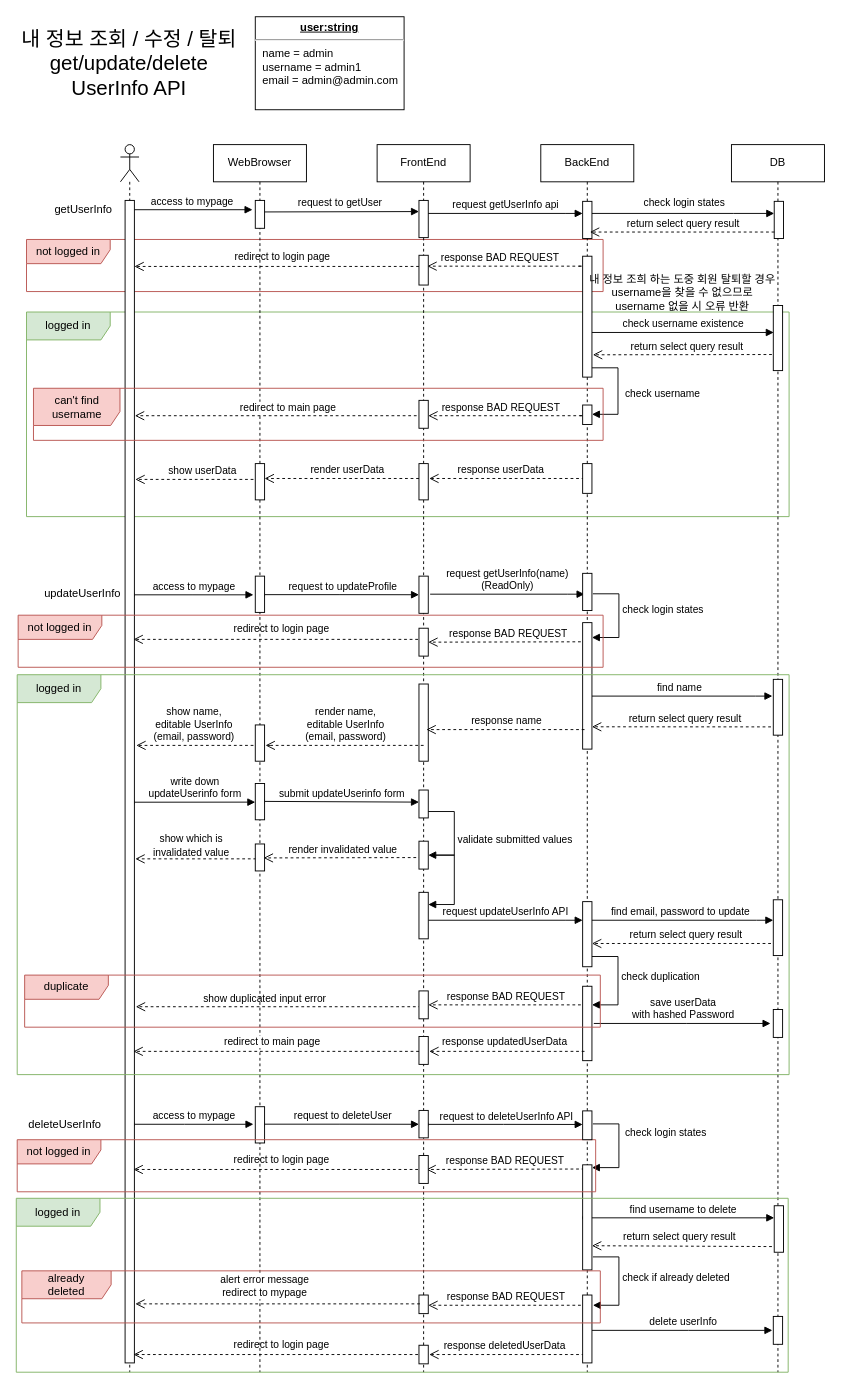
heesankim/StarRoad_Project_Backend keeps this draw.io diagram as diagrams/UserInfo.drawio. Above is the earlier version. Source tidied: cells renumbered, new cells numbered last; positions are measured from the earlier drawing's top-left corner, leaving out a move shared by most shapes. Both pictures are drawn from the tidied source at 93%, with x=0, y=0 at pixel (16, 16).
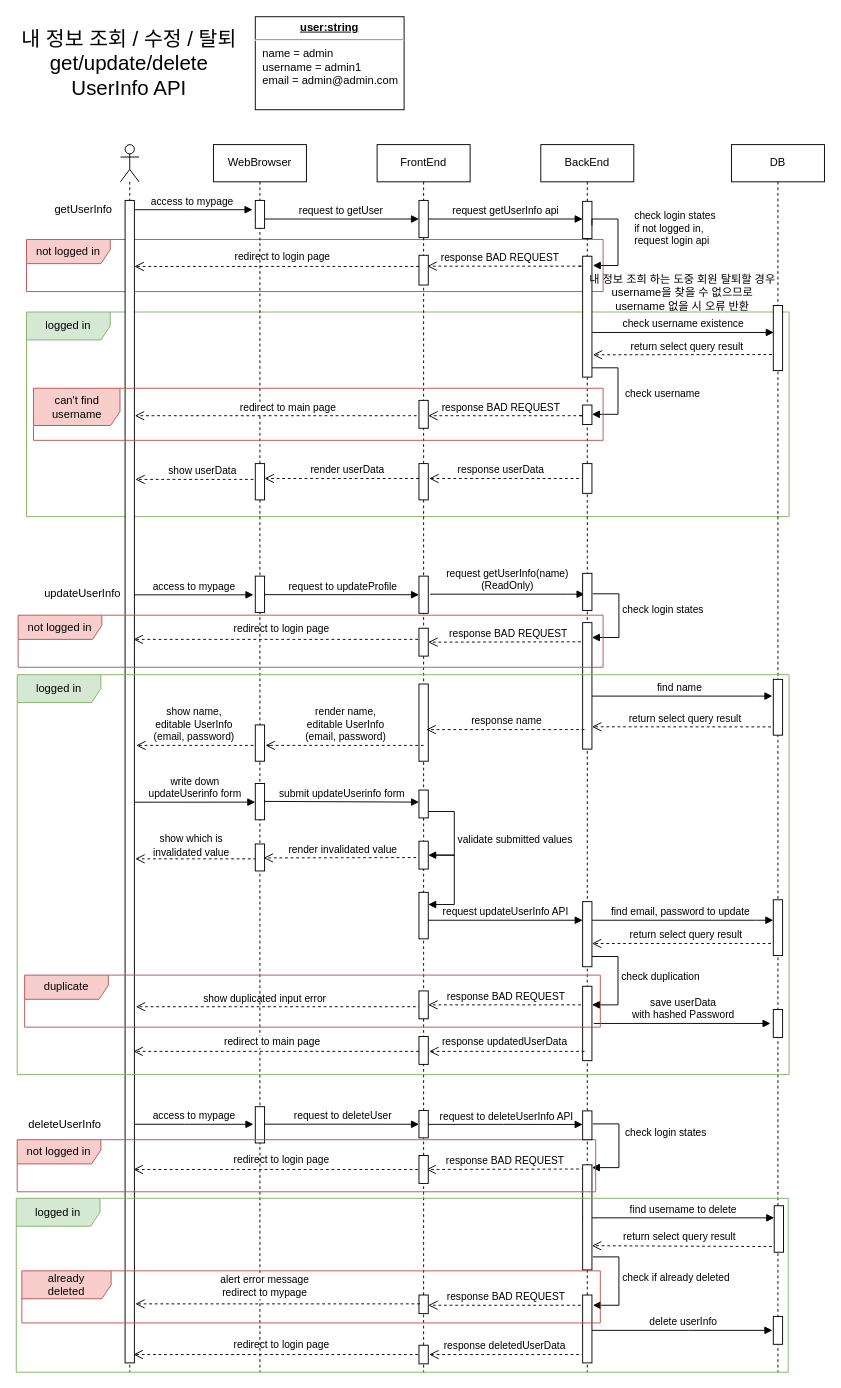
The same diagram, later.

Commit message:
fix: 직접 db에 접근하는 것이 아니라 login api 호출하도록 수정

Unchanged cells that the change refers to:
```xml
<mxCell id="29" style="html=1;points=[];perimeter=orthogonalPerimeter;outlineConnect=0;targetShapes=umlLifeline;portConstraint=eastwest;newEdgeStyle={&quot;edgeStyle&quot;:&quot;elbowEdgeStyle&quot;,&quot;elbow&quot;:&quot;vertical&quot;,&quot;curved&quot;:0,&quot;rounded&quot;:0};" parent="28" vertex="1">
  <mxGeometry x="45" y="60" width="10" height="40" as="geometry" />
</mxCell>
<mxCell id="37" value="WebBrowser" style="shape=umlLifeline;perimeter=lifelinePerimeter;whiteSpace=wrap;html=1;outlineConnect=0;portConstraint=eastwest;newEdgeStyle={&quot;edgeStyle&quot;:&quot;elbowEdgeStyle&quot;,&quot;elbow&quot;:&quot;vertical&quot;,&quot;curved&quot;:0,&quot;rounded&quot;:0};" parent="1" vertex="1">
  <mxGeometry x="212" y="138" width="100" height="1320" as="geometry" />
</mxCell>
```

Diff of the diagram source:
```diff
@@
-    <mxCell id="26" value="request to getUser" style="html=1;verticalAlign=bottom;startArrow=oval;endArrow=block;startSize=8;edgeStyle=elbowEdgeStyle;elbow=vertical;curved=0;rounded=0;" parent="1" edge="1">
-      <mxGeometry x="0.01" relative="1" as="geometry">
-        <mxPoint x="261.7" y="210.4" as="sourcePoint" />
-        <mxPoint x="433" y="210.4" as="targetPoint" />
-      </mxGeometry>
+    <mxCell id="26" value="request to getUser" style="html=1;verticalAlign=bottom;startArrow=oval;endArrow=block;startSize=8;edgeStyle=elbowEdgeStyle;elbow=vertical;curved=0;rounded=0;" parent="1" edge="1" source="37" target="29">
+      <mxGeometry x="0.01" relative="1" as="geometry" />
     </mxCell>
@@
     <mxCell id="104" value="request getUserInfo api" style="html=1;verticalAlign=bottom;endArrow=none;edgeStyle=elbowEdgeStyle;elbow=vertical;curved=0;rounded=0;startArrow=block;startFill=1;endFill=0;" parent="1" edge="1">
       <mxGeometry relative="1" as="geometry">
-        <mxPoint x="609" y="212" as="sourcePoint" />
-        <mxPoint x="443" y="212" as="targetPoint" />
+        <mxPoint x="609" y="218" as="sourcePoint" />
+        <mxPoint x="443" y="218" as="targetPoint" />
         <Array as="points">
-          <mxPoint x="591" y="212" />
-          <mxPoint x="751" y="112" />
+          <mxPoint x="591" y="218" />
+          <mxPoint x="751" y="118" />
         </Array>
       </mxGeometry>
     </mxCell>
@@
-    <mxCell id="106" value="check login states" style="html=1;align=left;spacingLeft=2;endArrow=block;rounded=0;edgeStyle=orthogonalEdgeStyle;curved=0;rounded=0;" parent="1" edge="1">
-      <mxGeometry x="-0.47" y="11" relative="1" as="geometry">
-        <mxPoint x="619" y="212" as="sourcePoint" />
-        <mxPoint x="815" y="212" as="targetPoint" />
+    <mxCell id="106" value="check login states&lt;br&gt;if not logged in,&amp;nbsp;&lt;br&gt;request login api" style="html=1;align=left;spacingLeft=2;endArrow=block;rounded=0;edgeStyle=orthogonalEdgeStyle;curved=0;rounded=0;" parent="1" edge="1">
+      <mxGeometry x="-0.2" y="14" relative="1" as="geometry">
+        <mxPoint x="619" y="225" as="sourcePoint" />
+        <mxPoint x="620" y="268" as="targetPoint" />
         <Array as="points">
-          <mxPoint x="771" y="212" />
-          <mxPoint x="771" y="212" />
+          <mxPoint x="619" y="218" />
+          <mxPoint x="647" y="218" />
+          <mxPoint x="647" y="268" />
         </Array>
       </mxGeometry>
     </mxCell>
@@
-    <mxCell id="123" style="html=1;perimeter=orthogonalPerimeter;targetShapes=umlLifeline;newEdgeStyle={&quot;edgeStyle&quot;:&quot;elbowEdgeStyle&quot;,&quot;elbow&quot;:&quot;vertical&quot;,&quot;curved&quot;:0,&quot;rounded&quot;:0};" parent="1" vertex="1">
-      <mxGeometry x="815" y="199" width="10" height="40" as="geometry" />
-    </mxCell>
-    <mxCell id="124" value="return select query result" style="html=1;verticalAlign=bottom;endArrow=open;dashed=1;endSize=8;edgeStyle=elbowEdgeStyle;elbow=vertical;curved=0;rounded=0;" parent="1" edge="1">
-      <mxGeometry x="-0.01" relative="1" as="geometry">
-        <mxPoint x="815.2" y="232" as="sourcePoint" />
-        <mxPoint x="616.8" y="232.4" as="targetPoint" />
-      </mxGeometry>
-    </mxCell>
```
